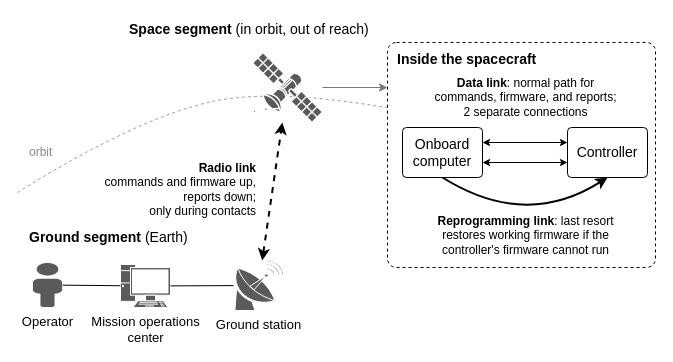
The draw.io diagram docs/conops/fig-segments.drawio in Tocki28/fail-safe-in-orbit-reprogramming, before the edit. Source tidied: cells renumbered, new cells numbered last; positions are measured from the earlier drawing's top-left corner, leaving out a move shared by most shapes. Both pictures are drawn from the tidied source at 100%, with x=0, y=0 at pixel (17, 17).
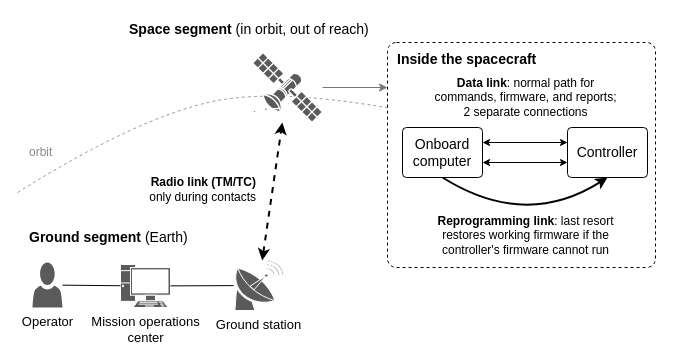
After the change.

Commit message (it also covers changes not shown here):
Figure 1: radio link labelled TM/TC; clearer operator icon

Diff of the diagram source:
```diff
@@
-    <mxCell id="16" value="Operator" style="shape=mxgraph.networks.user_male;html=1;fillColor=#5A5A5A;strokeColor=#FFFFFF;outlineConnect=0;verticalLabelPosition=bottom;verticalAlign=top;labelPosition=center;align=center;fontSize=13;" parent="1" vertex="1">
+    <mxCell id="16" value="Operator" style="shape=mxgraph.office.users.user;html=1;fillColor=#5A5A5A;strokeColor=none;outlineConnect=0;verticalLabelPosition=bottom;verticalAlign=top;labelPosition=center;align=center;fontSize=13;" parent="1" vertex="1">
       <mxGeometry x="15" y="245" width="30" height="45" as="geometry" />
     </mxCell>
@@
-    <mxCell id="22" value="&lt;b&gt;Radio link&lt;/b&gt;&lt;br&gt;commands and firmware up,&lt;br&gt;reports down;&lt;br&gt;only during contacts" style="text;html=1;align=right;verticalAlign=middle;fontSize=12;" parent="1" vertex="1">
+    <mxCell id="22" value="&lt;b&gt;Radio link (TM/TC)&lt;/b&gt;&lt;br&gt;only during contacts" style="text;html=1;align=right;verticalAlign=middle;fontSize=12;" parent="1" vertex="1">
       <mxGeometry x="70" y="140" width="170" height="64" as="geometry" />
     </mxCell>
```
